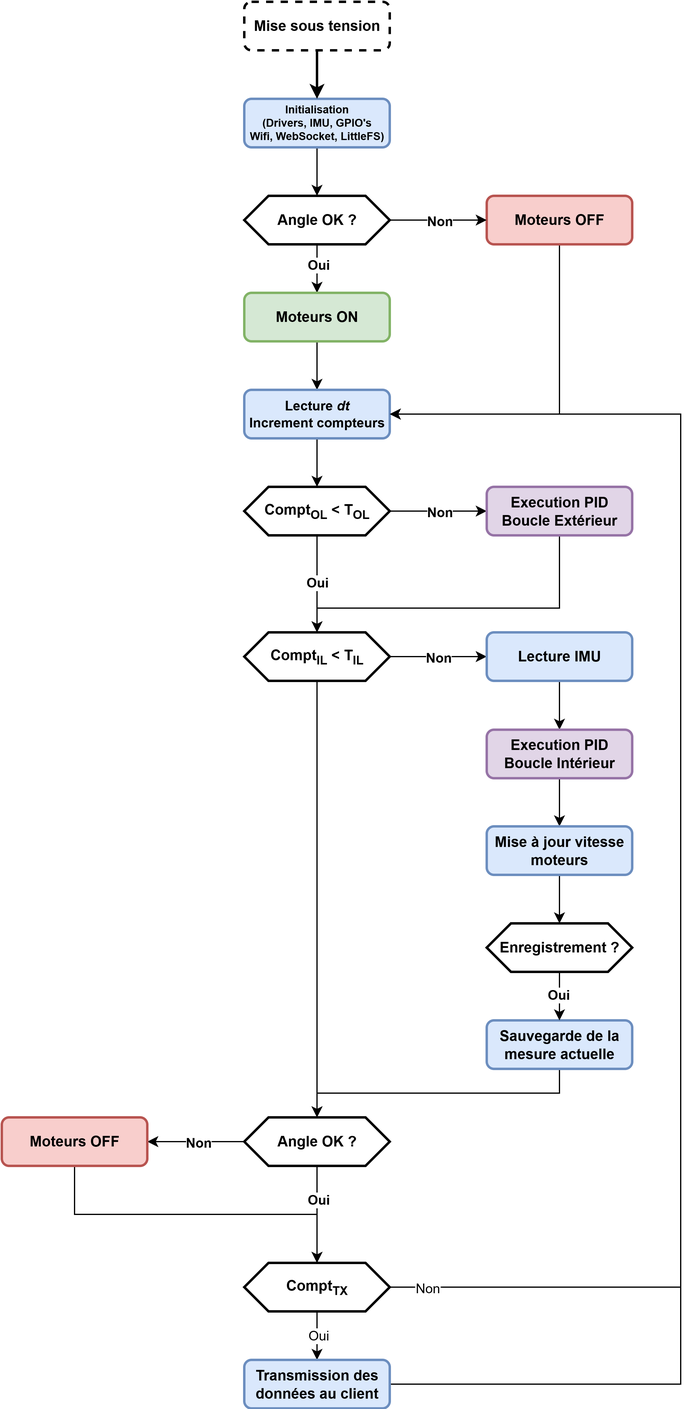
Before: A_Documentation/Rapport/assets/schemas/schema_bloc_algo_embarque.png, a diagram exported from draw.io (Ding-Jeremy/Self-Balancing-Bot). Source tidied: cells renumbered, new cells last; positions are measured from the earlier drawing's top-left corner, leaving out a move shared by most shapes.
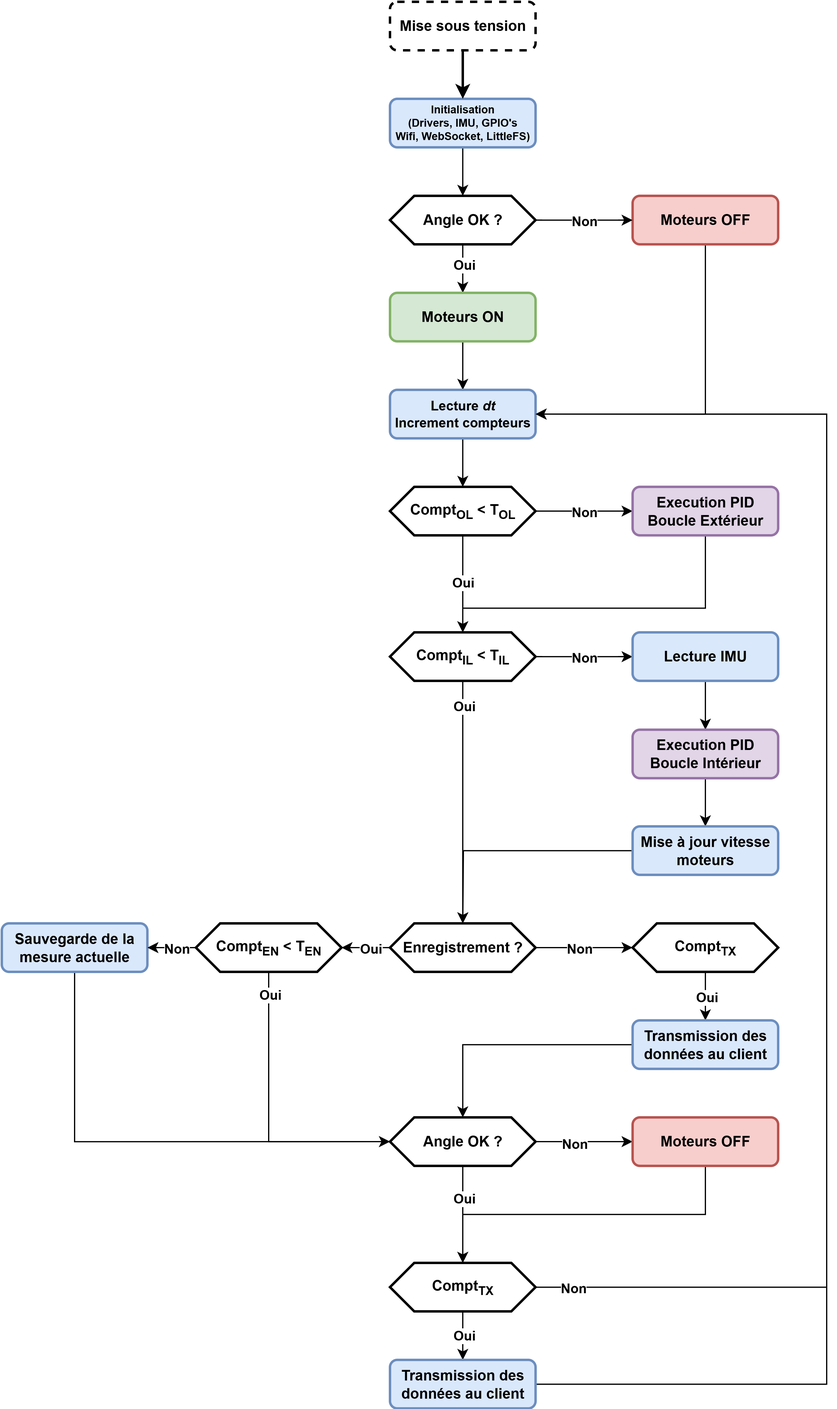
The same file after the commit.

Diff of the diagram source:
```diff
@@ -108,9 +108,14 @@
         <mxPoint x="3" y="1" as="offset" />
       </mxGeometry>
     </mxCell>
-    <mxCell id="26" style="edgeStyle=orthogonalEdgeStyle;rounded=0;jettySize=auto;html=1;entryX=0.5;entryY=0;entryDx=0;entryDy=0;strokeWidth=1;fontStyle=1;fontFamily=Helvetica;" parent="1" edge="1" source="27" target="43">
-      <mxGeometry relative="1" as="geometry" />
-    </mxCell>
+    <mxCell id="53" style="edgeStyle=orthogonalEdgeStyle;rounded=0;jettySize=auto;html=1;entryX=0.5;entryY=0;entryDx=0;entryDy=0;fontStyle=1;" parent="1" edge="1" source="27" target="34">
+      <mxGeometry relative="1" as="geometry" />
+    </mxCell>
+    <mxCell id="54" value="Oui" style="edgeLabel;html=1;align=center;verticalAlign=middle;fontStyle=1;" parent="53" vertex="1">
+      <mxGeometry x="-0.91" y="-2" relative="1" as="geometry">
+        <mxPoint x="2" y="11" as="offset" />
+      </mxGeometry>
+    </mxCell>
     <mxCell id="27" value="Compt&lt;sub&gt;IL&lt;/sub&gt;&amp;nbsp;&amp;lt; T&lt;sub&gt;IL&lt;/sub&gt;" style="shape=hexagon;perimeter=hexagonPerimeter2;whiteSpace=wrap;html=1;fixedSize=1;strokeWidth=2;fontStyle=1;fontFamily=Helvetica;" parent="1" vertex="1">
       <mxGeometry x="200" y="520" width="120" height="40" as="geometry" />
     </mxCell>
@@ -126,76 +131,80 @@
     <mxCell id="31" value="Execution PID&lt;br&gt;Boucle Intérieur" style="rounded=1;whiteSpace=wrap;html=1;fillColor=#e1d5e7;strokeColor=#9673a6;strokeWidth=2;fontStyle=1;fontFamily=Helvetica;" parent="1" vertex="1">
       <mxGeometry x="400" y="600.3" width="120" height="40" as="geometry" />
     </mxCell>
-    <mxCell id="32" style="edgeStyle=orthogonalEdgeStyle;rounded=0;jettySize=auto;html=1;entryX=0.5;entryY=0;entryDx=0;entryDy=0;strokeWidth=1;fontStyle=1;fontFamily=Helvetica;" parent="1" edge="1" source="33" target="34">
-      <mxGeometry relative="1" as="geometry" />
-    </mxCell>
+    <mxCell id="55" style="edgeStyle=orthogonalEdgeStyle;rounded=0;jettySize=auto;html=1;fontStyle=1;" parent="1" edge="1" source="33">
+      <mxGeometry relative="1" as="geometry">
+        <mxPoint x="260" y="760" as="targetPoint" />
+      </mxGeometry>
+    </mxCell>
     <mxCell id="33" value="Mise à jour vitesse moteurs" style="rounded=1;whiteSpace=wrap;html=1;fillColor=#dae8fc;strokeColor=#6c8ebf;strokeWidth=2;fontStyle=1;fontFamily=Helvetica;" parent="1" vertex="1">
       <mxGeometry x="400" y="680" width="120" height="40" as="geometry" />
     </mxCell>
+    <mxCell id="56" style="edgeStyle=orthogonalEdgeStyle;rounded=0;jettySize=auto;html=1;entryX=1;entryY=0.5;entryDx=0;entryDy=0;fontStyle=1;" parent="1" edge="1" source="34" target="65">
+      <mxGeometry relative="1" as="geometry" />
+    </mxCell>
+    <mxCell id="57" value="Oui" style="edgeLabel;html=1;align=center;verticalAlign=middle;fontStyle=1;" parent="56" vertex="1">
+      <mxGeometry x="-0.26" y="1" relative="1" as="geometry">
+        <mxPoint x="-2" y="-1" as="offset" />
+      </mxGeometry>
+    </mxCell>
+    <mxCell id="58" style="edgeStyle=orthogonalEdgeStyle;rounded=0;jettySize=auto;html=1;entryX=0;entryY=0.5;entryDx=0;entryDy=0;fontStyle=1;" parent="1" edge="1" source="34" target="68">
+      <mxGeometry relative="1" as="geometry" />
+    </mxCell>
+    <mxCell id="59" value="Non" style="edgeLabel;html=1;align=center;verticalAlign=middle;fontStyle=1;" parent="58" vertex="1">
+      <mxGeometry x="-0.04" y="-2" relative="1" as="geometry">
+        <mxPoint x="-2" y="-2" as="offset" />
+      </mxGeometry>
+    </mxCell>
     <mxCell id="34" value="Enregistrement ?" style="shape=hexagon;perimeter=hexagonPerimeter2;whiteSpace=wrap;html=1;fixedSize=1;strokeWidth=2;fontStyle=1;fontFamily=Helvetica;" parent="1" vertex="1">
-      <mxGeometry x="400" y="760" width="120" height="40" as="geometry" />
+      <mxGeometry x="200" y="760" width="120" height="40" as="geometry" />
     </mxCell>
-    <mxCell id="35" style="edgeStyle=orthogonalEdgeStyle;rounded=0;jettySize=auto;html=1;entryX=0.5;entryY=0;entryDx=0;entryDy=0;strokeWidth=1;fontStyle=1;fontFamily=Helvetica;" parent="1" edge="1" source="36" target="43">
+    <mxCell id="35" style="edgeStyle=orthogonalEdgeStyle;rounded=0;jettySize=auto;html=1;entryX=0;entryY=0.5;entryDx=0;entryDy=0;fontStyle=1;" parent="1" edge="1" source="36" target="43">
       <mxGeometry relative="1" as="geometry">
         <Array as="points">
-          <mxPoint x="460" y="900" />
-          <mxPoint x="260" y="900" />
+          <mxPoint x="-60" y="940" />
         </Array>
       </mxGeometry>
     </mxCell>
     <mxCell id="36" value="Sauvegarde de la mesure actuelle" style="rounded=1;whiteSpace=wrap;html=1;fillColor=#dae8fc;strokeColor=#6c8ebf;strokeWidth=2;fontStyle=1;fontFamily=Helvetica;" parent="1" vertex="1">
-      <mxGeometry x="400" y="840" width="120" height="40" as="geometry" />
+      <mxGeometry x="-120" y="760" width="120" height="40" as="geometry" />
     </mxCell>
-    <mxCell id="37" style="edgeStyle=orthogonalEdgeStyle;rounded=0;jettySize=auto;html=1;entryX=0.5;entryY=0;entryDx=0;entryDy=0;strokeWidth=1;fontStyle=1;fontFamily=Helvetica;" parent="1" edge="1" source="34" target="36">
-      <mxGeometry relative="1" as="geometry" />
-    </mxCell>
-    <mxCell id="38" value="Oui" style="edgeLabel;html=1;align=center;verticalAlign=middle;fontStyle=1;fontFamily=Helvetica;" parent="37" vertex="1">
-      <mxGeometry x="-0.12" y="1" relative="1" as="geometry">
-        <mxPoint x="-3" y="1" as="offset" />
-      </mxGeometry>
-    </mxCell>
-    <mxCell id="39" style="edgeStyle=orthogonalEdgeStyle;rounded=0;jettySize=auto;html=1;fontStyle=1;strokeWidth=1;fontFamily=Helvetica;" parent="1" edge="1" source="43" target="45">
-      <mxGeometry relative="1" as="geometry">
-        <Array as="points">
-          <mxPoint x="170" y="940" />
-          <mxPoint x="170" y="940" />
-        </Array>
-      </mxGeometry>
-    </mxCell>
-    <mxCell id="40" value="Non" style="edgeLabel;html=1;align=center;verticalAlign=middle;fontStyle=1;fontFamily=Helvetica;" parent="39" vertex="1">
-      <mxGeometry x="-0.02" relative="1" as="geometry" />
-    </mxCell>
-    <mxCell id="41" style="edgeStyle=orthogonalEdgeStyle;rounded=0;jettySize=auto;html=1;entryX=0.5;entryY=0;entryDx=0;entryDy=0;" parent="1" edge="1" source="43" target="50">
+    <mxCell id="41" style="edgeStyle=orthogonalEdgeStyle;rounded=0;jettySize=auto;html=1;entryX=0.5;entryY=0;entryDx=0;entryDy=0;fontStyle=1;" parent="1" edge="1" source="43" target="50">
       <mxGeometry relative="1" as="geometry" />
     </mxCell>
     <mxCell id="42" value="Oui" style="edgeLabel;html=1;align=center;verticalAlign=middle;fontStyle=1;" parent="41" vertex="1">
       <mxGeometry x="-0.34" relative="1" as="geometry" />
     </mxCell>
+    <mxCell id="39" style="edgeStyle=orthogonalEdgeStyle;rounded=0;jettySize=auto;html=1;entryX=0;entryY=0.5;entryDx=0;entryDy=0;fontStyle=1;" parent="1" edge="1" source="43" target="45">
+      <mxGeometry relative="1" as="geometry" />
+    </mxCell>
+    <mxCell id="60" value="Non" style="edgeLabel;html=1;align=center;verticalAlign=middle;fontStyle=1;" parent="39" vertex="1">
+      <mxGeometry x="-0.21" y="-1" relative="1" as="geometry" />
+    </mxCell>
     <mxCell id="43" value="Angle OK ?" style="shape=hexagon;perimeter=hexagonPerimeter2;whiteSpace=wrap;html=1;fixedSize=1;strokeWidth=2;fontStyle=1;fontFamily=Helvetica;" parent="1" vertex="1">
       <mxGeometry x="200" y="920" width="120" height="40" as="geometry" />
     </mxCell>
-    <mxCell id="44" style="edgeStyle=orthogonalEdgeStyle;rounded=0;jettySize=auto;html=1;entryX=0.5;entryY=0;entryDx=0;entryDy=0;" parent="1" edge="1" source="45" target="50">
+    <mxCell id="44" style="edgeStyle=orthogonalEdgeStyle;rounded=0;jettySize=auto;html=1;entryX=0.5;entryY=0;entryDx=0;entryDy=0;fontStyle=1;" parent="1" edge="1" source="45" target="50">
       <mxGeometry relative="1" as="geometry">
         <Array as="points">
-          <mxPoint x="60" y="1000" />
+          <mxPoint x="460" y="1000" />
           <mxPoint x="260" y="1000" />
         </Array>
       </mxGeometry>
     </mxCell>
     <mxCell id="45" value="Moteurs OFF" style="rounded=1;whiteSpace=wrap;html=1;fontSize=12;fillColor=#f8cecc;strokeColor=#b85450;strokeWidth=2;fontStyle=1;fontFamily=Helvetica;" parent="1" vertex="1">
-      <mxGeometry y="920" width="120" height="40" as="geometry" />
+      <mxGeometry x="400" y="920" width="120" height="40" as="geometry" />
     </mxCell>
-    <mxCell id="46" style="edgeStyle=orthogonalEdgeStyle;rounded=0;jettySize=auto;html=1;" parent="1" edge="1" source="50">
+    <mxCell id="46" style="edgeStyle=orthogonalEdgeStyle;rounded=0;jettySize=auto;html=1;fontStyle=1;" parent="1" edge="1" source="50">
       <mxGeometry relative="1" as="geometry">
         <mxPoint x="260" y="1120" as="targetPoint" />
       </mxGeometry>
     </mxCell>
-    <mxCell id="47" value="Oui" style="edgeLabel;html=1;align=center;verticalAlign=middle;" parent="46" vertex="1">
+    <mxCell id="47" value="Oui" style="edgeLabel;html=1;align=center;verticalAlign=middle;fontStyle=1;" parent="46" vertex="1">
       <mxGeometry x="0.11" relative="1" as="geometry">
         <mxPoint y="-2" as="offset" />
       </mxGeometry>
     </mxCell>
-    <mxCell id="48" style="edgeStyle=orthogonalEdgeStyle;rounded=0;jettySize=auto;html=1;entryX=1;entryY=0.5;entryDx=0;entryDy=0;" parent="1" edge="1" source="50" target="16">
+    <mxCell id="48" style="edgeStyle=orthogonalEdgeStyle;rounded=0;jettySize=auto;html=1;entryX=1;entryY=0.5;entryDx=0;entryDy=0;fontStyle=1;" parent="1" edge="1" source="50" target="16">
       <mxGeometry relative="1" as="geometry">
         <Array as="points">
           <mxPoint x="560" y="1060" />
@@ -203,7 +212,7 @@
         </Array>
       </mxGeometry>
     </mxCell>
-    <mxCell id="49" value="Non" style="edgeLabel;html=1;align=center;verticalAlign=middle;" parent="48" vertex="1">
+    <mxCell id="49" value="Non" style="edgeLabel;html=1;align=center;verticalAlign=middle;fontStyle=1;" parent="48" vertex="1">
       <mxGeometry x="-0.95" y="-3" relative="1" as="geometry">
         <mxPoint x="3" y="-3" as="offset" />
       </mxGeometry>
@@ -211,7 +220,7 @@
     <mxCell id="50" value="Compt&lt;sub&gt;TX&lt;/sub&gt;" style="shape=hexagon;perimeter=hexagonPerimeter2;whiteSpace=wrap;html=1;fixedSize=1;strokeWidth=2;fontStyle=1;fontFamily=Helvetica;" parent="1" vertex="1">
       <mxGeometry x="200" y="1040" width="120" height="40" as="geometry" />
     </mxCell>
-    <mxCell id="51" style="edgeStyle=orthogonalEdgeStyle;rounded=0;jettySize=auto;html=1;entryX=1;entryY=0.5;entryDx=0;entryDy=0;" parent="1" edge="1" source="52" target="16">
+    <mxCell id="51" style="edgeStyle=orthogonalEdgeStyle;rounded=0;jettySize=auto;html=1;entryX=1;entryY=0.5;entryDx=0;entryDy=0;fontStyle=1;" parent="1" edge="1" source="52" target="16">
       <mxGeometry relative="1" as="geometry">
         <Array as="points">
           <mxPoint x="560" y="1140" />
@@ -222,5 +231,45 @@
     <mxCell id="52" value="Transmission des données au client" style="rounded=1;whiteSpace=wrap;html=1;fillColor=#dae8fc;strokeColor=#6c8ebf;strokeWidth=2;fontStyle=1;fontFamily=Helvetica;" parent="1" vertex="1">
       <mxGeometry x="200" y="1120" width="120" height="40" as="geometry" />
     </mxCell>
+    <mxCell id="61" style="edgeStyle=orthogonalEdgeStyle;rounded=0;jettySize=auto;html=1;entryX=1;entryY=0.5;entryDx=0;entryDy=0;fontStyle=1;" parent="1" edge="1" source="65" target="36">
+      <mxGeometry relative="1" as="geometry" />
+    </mxCell>
+    <mxCell id="62" value="Non" style="edgeLabel;html=1;align=center;verticalAlign=middle;fontStyle=1;" parent="61" vertex="1">
+      <mxGeometry x="-0.16" y="-2" relative="1" as="geometry">
+        <mxPoint y="2" as="offset" />
+      </mxGeometry>
+    </mxCell>
+    <mxCell id="63" style="edgeStyle=orthogonalEdgeStyle;rounded=0;jettySize=auto;html=1;entryX=0;entryY=0.5;entryDx=0;entryDy=0;fontStyle=1;" parent="1" edge="1" source="65" target="43">
+      <mxGeometry relative="1" as="geometry">
+        <Array as="points">
+          <mxPoint x="100" y="940" />
+        </Array>
+      </mxGeometry>
+    </mxCell>
+    <mxCell id="64" value="Oui" style="edgeLabel;html=1;align=center;verticalAlign=middle;fontStyle=1;" parent="63" vertex="1">
+      <mxGeometry x="-0.84" y="-3" relative="1" as="geometry">
+        <mxPoint x="3" as="offset" />
+      </mxGeometry>
+    </mxCell>
+    <mxCell id="65" value="Compt&lt;sub&gt;EN&lt;/sub&gt;&amp;nbsp;&amp;lt; T&lt;sub&gt;EN&lt;/sub&gt;" style="shape=hexagon;perimeter=hexagonPerimeter2;whiteSpace=wrap;html=1;fixedSize=1;strokeWidth=2;fontStyle=1;fontFamily=Helvetica;" parent="1" vertex="1">
+      <mxGeometry x="40" y="760" width="120" height="40" as="geometry" />
+    </mxCell>
+    <mxCell id="66" style="edgeStyle=orthogonalEdgeStyle;rounded=0;jettySize=auto;html=1;entryX=0.5;entryY=0;entryDx=0;entryDy=0;fontStyle=1;" parent="1" edge="1" source="68" target="70">
+      <mxGeometry relative="1" as="geometry" />
+    </mxCell>
+    <mxCell id="67" value="Oui" style="edgeLabel;html=1;align=center;verticalAlign=middle;fontStyle=1;" parent="66" vertex="1">
+      <mxGeometry x="0.11" relative="1" as="geometry">
+        <mxPoint y="-2" as="offset" />
+      </mxGeometry>
+    </mxCell>
+    <mxCell id="68" value="Compt&lt;sub&gt;TX&lt;/sub&gt;" style="shape=hexagon;perimeter=hexagonPerimeter2;whiteSpace=wrap;html=1;fixedSize=1;strokeWidth=2;fontStyle=1;fontFamily=Helvetica;" parent="1" vertex="1">
+      <mxGeometry x="400" y="760" width="120" height="40" as="geometry" />
+    </mxCell>
+    <mxCell id="69" style="edgeStyle=orthogonalEdgeStyle;rounded=0;jettySize=auto;html=1;entryX=0.5;entryY=0;entryDx=0;entryDy=0;fontStyle=1;" parent="1" edge="1" source="70" target="43">
+      <mxGeometry relative="1" as="geometry" />
+    </mxCell>
+    <mxCell id="70" value="Transmission des données au client" style="rounded=1;whiteSpace=wrap;html=1;fillColor=#dae8fc;strokeColor=#6c8ebf;strokeWidth=2;fontStyle=1;fontFamily=Helvetica;" parent="1" vertex="1">
+      <mxGeometry x="400" y="840" width="120" height="40" as="geometry" />
+    </mxCell>
   </root>
 </mxGraphModel>
```
